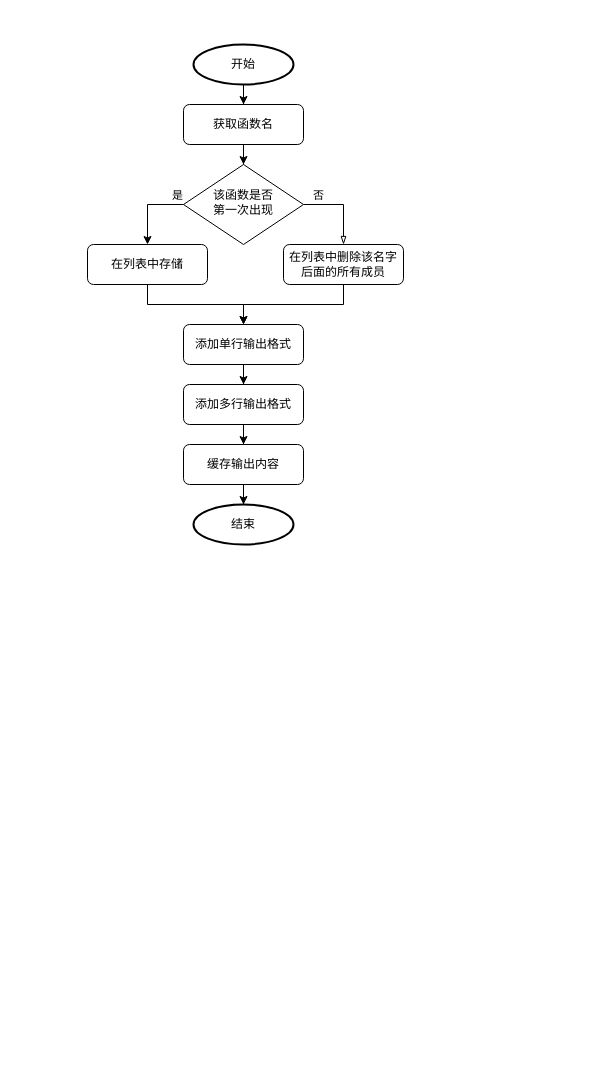
Before: document/数据处理流程.drawio in asdefwe/log_tree, a draw.io diagram. Source tidied: cells renumbered, new cells numbered last; positions are measured from the earlier drawing's top-left corner, leaving out a move shared by most shapes. Both pictures are drawn from the tidied source at 100%, with x=0, y=0 at pixel (87, 44).
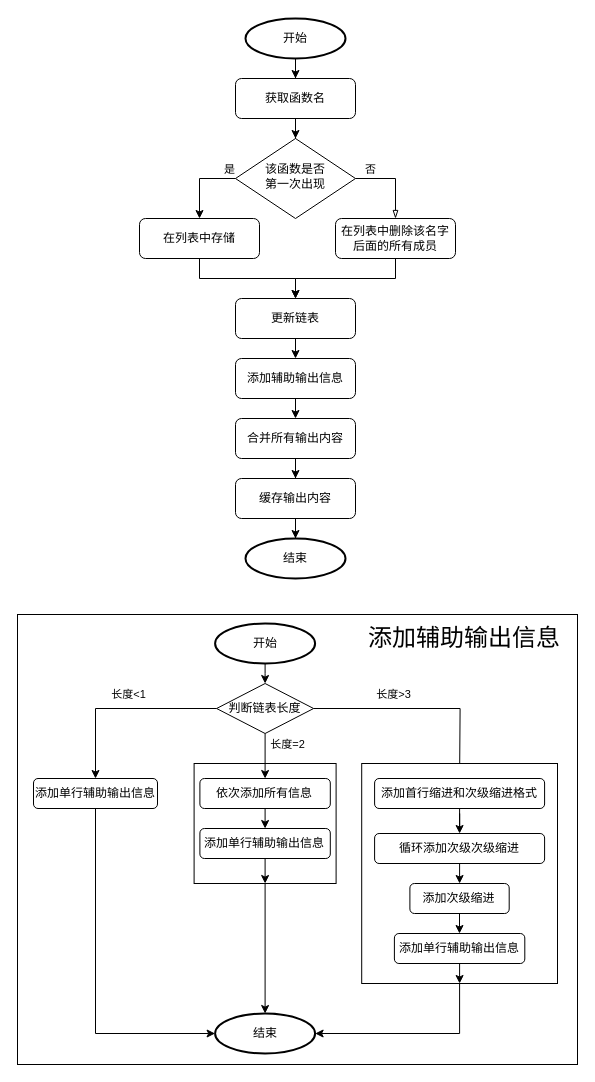
The same page after the edit.

Commit message (it also covers changes not shown here):
重构处理流程

Diff of the diagram source:
```diff
@@
+    <mxCell id="22" style="group;" parent="1" vertex="1">
+      <mxGeometry x="52" y="-26" width="316" height="560" as="geometry" />
+    </mxCell>
+    <mxCell id="3" value="开始" style="strokeWidth=2;html=1;shape=mxgraph.flowchart.start_1;whiteSpace=wrap;" parent="22" vertex="1">
+      <mxGeometry x="106" width="100" height="40" as="geometry" />
+    </mxCell>
+    <mxCell id="5" value="获取函数名" style="rounded=1;whiteSpace=wrap;html=1;fontSize=12;glass=0;strokeWidth=1;shadow=0;" parent="22" vertex="1">
+      <mxGeometry x="96" y="60" width="120" height="40" as="geometry" />
+    </mxCell>
-    <mxCell id="2" style="edgeStyle=orthogonalEdgeStyle;rounded=0;jettySize=auto;html=1;entryX=0.5;entryY=0;entryDx=0;entryDy=0;" parent="1" edge="1" source="3" target="5">
+    <mxCell id="2" style="edgeStyle=orthogonalEdgeStyle;rounded=0;jettySize=auto;html=1;entryX=0.5;entryY=0;entryDx=0;entryDy=0;" parent="22" edge="1" source="3" target="5">
       <mxGeometry relative="1" as="geometry" />
     </mxCell>
-    <mxCell id="3" value="开始" style="strokeWidth=2;html=1;shape=mxgraph.flowchart.start_1;whiteSpace=wrap;" parent="1" vertex="1">
-      <mxGeometry x="106" width="100" height="40" as="geometry" />
-    </mxCell>
+    <mxCell id="10" value="该函数是否&lt;br&gt;第一次出现" style="rhombus;whiteSpace=wrap;html=1;shadow=0;fontFamily=Helvetica;fontSize=12;align=center;strokeWidth=1;spacing=6;spacingTop=-4;" parent="22" vertex="1">
+      <mxGeometry x="96" y="120" width="120" height="80" as="geometry" />
+    </mxCell>
-    <mxCell id="4" style="edgeStyle=orthogonalEdgeStyle;rounded=0;jettySize=auto;html=1;entryX=0.5;entryY=0;entryDx=0;entryDy=0;" parent="1" edge="1" source="5" target="10">
+    <mxCell id="4" style="edgeStyle=orthogonalEdgeStyle;rounded=0;jettySize=auto;html=1;entryX=0.5;entryY=0;entryDx=0;entryDy=0;" parent="22" edge="1" source="5" target="10">
       <mxGeometry relative="1" as="geometry" />
     </mxCell>
-    <mxCell id="5" value="获取函数名" style="rounded=1;whiteSpace=wrap;html=1;fontSize=12;glass=0;strokeWidth=1;shadow=0;" parent="1" vertex="1">
-      <mxGeometry x="96" y="60" width="120" height="40" as="geometry" />
-    </mxCell>
+    <mxCell id="11" style="edgeStyle=orthogonalEdgeStyle;rounded=0;jettySize=auto;html=1;entryX=0.5;entryY=0;entryDx=0;entryDy=0;endArrow=classic;endFill=1;" parent="22" edge="1" source="12">
+      <mxGeometry relative="1" as="geometry">
+        <mxPoint x="156" y="280" as="targetPoint" />
+        <Array as="points">
+          <mxPoint x="60" y="260" />
+          <mxPoint x="156" y="260" />
+        </Array>
+      </mxGeometry>
+    </mxCell>
+    <mxCell id="12" value="在列表中存储" style="rounded=1;whiteSpace=wrap;html=1;fontSize=12;glass=0;strokeWidth=1;shadow=0;" parent="22" vertex="1">
+      <mxGeometry y="200" width="120" height="40" as="geometry" />
+    </mxCell>
-    <mxCell id="6" style="edgeStyle=orthogonalEdgeStyle;rounded=0;jettySize=auto;html=1;entryX=0.5;entryY=0;entryDx=0;entryDy=0;" parent="1" edge="1" source="10" target="12">
+    <mxCell id="6" style="edgeStyle=orthogonalEdgeStyle;rounded=0;jettySize=auto;html=1;entryX=0.5;entryY=0;entryDx=0;entryDy=0;" parent="22" edge="1" source="10" target="12">
       <mxGeometry relative="1" as="geometry">
         <Array as="points">
           <mxPoint x="60" y="160" />
         </Array>
       </mxGeometry>
     </mxCell>
@@
+    <mxCell id="13" style="edgeStyle=orthogonalEdgeStyle;rounded=0;jettySize=auto;html=1;entryX=0.5;entryY=0;entryDx=0;entryDy=0;endArrow=classic;endFill=1;" parent="22" edge="1" source="14">
+      <mxGeometry relative="1" as="geometry">
+        <mxPoint x="156" y="280" as="targetPoint" />
+        <Array as="points">
+          <mxPoint x="256" y="260" />
+          <mxPoint x="156" y="260" />
+        </Array>
+      </mxGeometry>
+    </mxCell>
+    <mxCell id="14" value="在列表中删除该名字后面的所有成员" style="rounded=1;whiteSpace=wrap;html=1;fontSize=12;glass=0;strokeWidth=1;shadow=0;" parent="22" vertex="1">
+      <mxGeometry x="196" y="200" width="120" height="40" as="geometry" />
+    </mxCell>
-    <mxCell id="8" style="edgeStyle=orthogonalEdgeStyle;rounded=0;jettySize=auto;html=1;entryX=0.5;entryY=0;entryDx=0;entryDy=0;endArrow=blockThin;endFill=0;" parent="1" edge="1" source="10" target="14">
+    <mxCell id="8" style="edgeStyle=orthogonalEdgeStyle;rounded=0;jettySize=auto;html=1;entryX=0.5;entryY=0;entryDx=0;entryDy=0;endArrow=blockThin;endFill=0;" parent="22" edge="1" source="10" target="14">
       <mxGeometry relative="1" as="geometry">
         <Array as="points">
           <mxPoint x="256" y="160" />
         </Array>
       </mxGeometry>
     </mxCell>
@@
-    <mxCell id="10" value="该函数是否&lt;br&gt;第一次出现" style="rhombus;whiteSpace=wrap;html=1;shadow=0;fontFamily=Helvetica;fontSize=12;align=center;strokeWidth=1;spacing=6;spacingTop=-4;" parent="1" vertex="1">
-      <mxGeometry x="96" y="120" width="120" height="80" as="geometry" />
-    </mxCell>
-    <mxCell id="11" style="edgeStyle=orthogonalEdgeStyle;rounded=0;jettySize=auto;html=1;entryX=0.5;entryY=0;entryDx=0;entryDy=0;endArrow=classic;endFill=1;" parent="1" edge="1" source="12" target="16">
-      <mxGeometry relative="1" as="geometry">
-        <Array as="points">
-          <mxPoint x="60" y="260" />
-          <mxPoint x="156" y="260" />
-        </Array>
-      </mxGeometry>
-    </mxCell>
-    <mxCell id="12" value="在列表中存储" style="rounded=1;whiteSpace=wrap;html=1;fontSize=12;glass=0;strokeWidth=1;shadow=0;" parent="1" vertex="1">
-      <mxGeometry y="200" width="120" height="40" as="geometry" />
-    </mxCell>
-    <mxCell id="13" style="edgeStyle=orthogonalEdgeStyle;rounded=0;jettySize=auto;html=1;entryX=0.5;entryY=0;entryDx=0;entryDy=0;endArrow=classic;endFill=1;" parent="1" edge="1" source="14" target="16">
-      <mxGeometry relative="1" as="geometry">
-        <Array as="points">
-          <mxPoint x="256" y="260" />
-          <mxPoint x="156" y="260" />
-        </Array>
-      </mxGeometry>
-    </mxCell>
-    <mxCell id="14" value="在列表中删除该名字后面的所有成员" style="rounded=1;whiteSpace=wrap;html=1;fontSize=12;glass=0;strokeWidth=1;shadow=0;" parent="1" vertex="1">
-      <mxGeometry x="196" y="200" width="120" height="40" as="geometry" />
-    </mxCell>
-    <mxCell id="15" style="edgeStyle=orthogonalEdgeStyle;rounded=0;jettySize=auto;html=1;entryX=0.5;entryY=0;entryDx=0;entryDy=0;endArrow=classic;endFill=1;" parent="1" edge="1" source="16" target="18">
-      <mxGeometry relative="1" as="geometry" />
-    </mxCell>
-    <mxCell id="16" value="添加单行输出格式" style="rounded=1;whiteSpace=wrap;html=1;fontSize=12;glass=0;strokeWidth=1;shadow=0;" parent="1" vertex="1">
-      <mxGeometry x="96" y="280" width="120" height="40" as="geometry" />
-    </mxCell>
-    <mxCell id="17" style="edgeStyle=orthogonalEdgeStyle;rounded=0;jettySize=auto;html=1;entryX=0.5;entryY=0;entryDx=0;entryDy=0;endArrow=classic;endFill=1;" parent="1" edge="1" source="18" target="20">
-      <mxGeometry relative="1" as="geometry" />
-    </mxCell>
-    <mxCell id="18" value="添加多行输出格式" style="rounded=1;whiteSpace=wrap;html=1;fontSize=12;glass=0;strokeWidth=1;shadow=0;" parent="1" vertex="1">
-      <mxGeometry x="96" y="340" width="120" height="40" as="geometry" />
-    </mxCell>
-    <mxCell id="19" style="edgeStyle=orthogonalEdgeStyle;rounded=0;jettySize=auto;html=1;entryX=0.5;entryY=0;entryDx=0;entryDy=0;entryPerimeter=0;endArrow=classic;endFill=1;" parent="1" edge="1" source="20" target="21">
-      <mxGeometry relative="1" as="geometry" />
-    </mxCell>
+    <mxCell id="23" style="edgeStyle=orthogonalEdgeStyle;rounded=0;orthogonalLoop=1;jettySize=auto;html=1;entryX=0.5;entryY=0;entryDx=0;entryDy=0;endArrow=classic;endFill=1;" parent="22" edge="1">
+      <mxGeometry relative="1" as="geometry">
+        <mxPoint x="156" y="320" as="sourcePoint" />
+        <mxPoint x="156" y="340" as="targetPoint" />
+      </mxGeometry>
+    </mxCell>
+    <mxCell id="24" style="edgeStyle=orthogonalEdgeStyle;rounded=0;orthogonalLoop=1;jettySize=auto;html=1;entryX=0.5;entryY=0;entryDx=0;entryDy=0;endArrow=classic;endFill=1;" parent="22" edge="1">
+      <mxGeometry relative="1" as="geometry">
+        <mxPoint x="156" y="380" as="sourcePoint" />
+        <mxPoint x="156" y="400" as="targetPoint" />
+      </mxGeometry>
+    </mxCell>
-    <mxCell id="20" value="缓存输出内容" style="rounded=1;whiteSpace=wrap;html=1;fontSize=12;glass=0;strokeWidth=1;shadow=0;" parent="1" vertex="1">
-      <mxGeometry x="96" y="400" width="120" height="40" as="geometry" />
+    <mxCell id="20" value="缓存输出内容" style="rounded=1;whiteSpace=wrap;html=1;fontSize=12;glass=0;strokeWidth=1;shadow=0;" parent="22" vertex="1">
+      <mxGeometry x="96" y="460" width="120" height="40" as="geometry" />
     </mxCell>
-    <mxCell id="21" value="结束" style="strokeWidth=2;html=1;shape=mxgraph.flowchart.start_1;whiteSpace=wrap;" parent="1" vertex="1">
-      <mxGeometry x="106" y="460" width="100" height="40" as="geometry" />
-    </mxCell>
+    <mxCell id="25" value="结束" style="strokeWidth=2;html=1;shape=mxgraph.flowchart.start_1;whiteSpace=wrap;" parent="22" vertex="1">
+      <mxGeometry x="106" y="520" width="100" height="40" as="geometry" />
+    </mxCell>
+    <mxCell id="26" style="edgeStyle=orthogonalEdgeStyle;rounded=0;jettySize=auto;html=1;entryX=0.5;entryY=0;entryDx=0;entryDy=0;entryPerimeter=0;endArrow=classic;endFill=1;" parent="22" edge="1" source="20" target="25">
+      <mxGeometry relative="1" as="geometry" />
+    </mxCell>
+    <mxCell id="27" style="edgeStyle=orthogonalEdgeStyle;rounded=0;jettySize=auto;html=1;" parent="22" edge="1" source="28" target="20">
+      <mxGeometry relative="1" as="geometry" />
+    </mxCell>
+    <mxCell id="28" value="合并所有输出内容" style="rounded=1;whiteSpace=wrap;html=1;fontSize=12;glass=0;strokeWidth=1;shadow=0;" parent="22" vertex="1">
+      <mxGeometry x="96" y="400" width="120" height="40" as="geometry" />
+    </mxCell>
+    <mxCell id="29" value="&lt;font style=&quot;font-size: 12px;&quot;&gt;添加辅助输出信息&lt;/font&gt;" style="rounded=1;whiteSpace=wrap;html=1;fontSize=12;glass=0;strokeWidth=1;shadow=0;" parent="22" vertex="1">
+      <mxGeometry x="96" y="340" width="120" height="40" as="geometry" />
+    </mxCell>
+    <mxCell id="30" value="更新链表" style="rounded=1;whiteSpace=wrap;html=1;fontSize=12;glass=0;strokeWidth=1;shadow=0;" parent="22" vertex="1">
+      <mxGeometry x="96" y="280" width="120" height="40" as="geometry" />
+    </mxCell>
+    <mxCell id="31" style="group;" parent="1" vertex="1">
+      <mxGeometry x="-70" y="570" width="560" height="450" as="geometry" />
+    </mxCell>
+    <mxCell id="32" style="rounded=0;whiteSpace=wrap;html=1;" parent="31" vertex="1">
+      <mxGeometry width="560" height="450" as="geometry" />
+    </mxCell>
+    <mxCell id="33" value="&lt;font style=&quot;font-size: 24px;&quot;&gt;添加辅助输出信息&lt;/font&gt;" style="text;html=1;strokeColor=none;fillColor=none;align=center;verticalAlign=middle;whiteSpace=wrap;rounded=0;" parent="31" vertex="1">
+      <mxGeometry x="344.2" y="9" width="205.8" height="30" as="geometry" />
+    </mxCell>
+    <mxCell id="34" style="rounded=0;whiteSpace=wrap;html=1;" parent="31" vertex="1">
+      <mxGeometry x="176.6" y="149" width="142" height="120" as="geometry" />
+    </mxCell>
+    <mxCell id="35" style="edgeStyle=orthogonalEdgeStyle;rounded=0;jettySize=auto;html=1;entryX=0.5;entryY=0;entryDx=0;entryDy=0;" parent="31" edge="1" source="39">
+      <mxGeometry relative="1" as="geometry">
+        <mxPoint x="247.6" y="164" as="targetPoint" />
+        <Array as="points">
+          <mxPoint x="248" y="159" />
+          <mxPoint x="248" y="159" />
+          <mxPoint x="248" y="164" />
+        </Array>
+      </mxGeometry>
+    </mxCell>
+    <mxCell id="36" value="长度=2" style="edgeLabel;html=1;align=center;verticalAlign=middle;" parent="35" vertex="1">
+      <mxGeometry x="-0.69" y="1" relative="1" as="geometry">
+        <mxPoint x="21" y="3" as="offset" />
+      </mxGeometry>
+    </mxCell>
+    <mxCell id="37" style="edgeStyle=orthogonalEdgeStyle;rounded=0;jettySize=auto;html=1;entryX=0.5;entryY=0;entryDx=0;entryDy=0;" parent="31" edge="1" source="39">
+      <mxGeometry relative="1" as="geometry">
+        <mxPoint x="442.1" y="164" as="targetPoint" />
+      </mxGeometry>
+    </mxCell>
+    <mxCell id="38" value="长度&amp;gt;3" style="edgeLabel;html=1;align=center;verticalAlign=middle;" parent="37" vertex="1">
+      <mxGeometry x="-0.66" y="-2" relative="1" as="geometry">
+        <mxPoint x="42" y="-17" as="offset" />
+      </mxGeometry>
+    </mxCell>
+    <mxCell id="39" value="判断链表长度" style="rhombus;whiteSpace=wrap;html=1;" parent="31" vertex="1">
+      <mxGeometry x="199.1" y="69" width="97" height="50" as="geometry" />
+    </mxCell>
+    <mxCell id="40" style="edgeStyle=orthogonalEdgeStyle;rounded=0;jettySize=auto;html=1;entryX=0.5;entryY=0;entryDx=0;entryDy=0;" parent="31" edge="1" source="41" target="39">
+      <mxGeometry relative="1" as="geometry">
+        <Array as="points">
+          <mxPoint x="248" y="59" />
+          <mxPoint x="248" y="59" />
+        </Array>
+      </mxGeometry>
+    </mxCell>
+    <mxCell id="41" value="开始" style="strokeWidth=2;html=1;shape=mxgraph.flowchart.start_1;whiteSpace=wrap;" parent="31" vertex="1">
+      <mxGeometry x="197.6" y="9" width="100" height="40" as="geometry" />
+    </mxCell>
+    <mxCell id="42" value="添加单行辅助输出信息" style="rounded=1;whiteSpace=wrap;html=1;" parent="31" vertex="1">
+      <mxGeometry x="16" y="164" width="124" height="30" as="geometry" />
+    </mxCell>
+    <mxCell id="43" style="edgeStyle=orthogonalEdgeStyle;rounded=0;jettySize=auto;html=1;entryX=0.5;entryY=0;entryDx=0;entryDy=0;" parent="31" edge="1" source="39" target="42">
+      <mxGeometry relative="1" as="geometry">
+        <Array as="points">
+          <mxPoint x="78" y="94" />
+        </Array>
+      </mxGeometry>
+    </mxCell>
+    <mxCell id="44" value="长度&amp;lt;1" style="edgeLabel;html=1;align=center;verticalAlign=middle;" parent="43" vertex="1">
+      <mxGeometry x="-0.9" y="1" relative="1" as="geometry">
+        <mxPoint x="-79" y="-16" as="offset" />
+      </mxGeometry>
+    </mxCell>
+    <mxCell id="45" value="依次添加所有信息" style="rounded=1;whiteSpace=wrap;html=1;" parent="31" vertex="1">
+      <mxGeometry x="182.4" y="164" width="130.4" height="30" as="geometry" />
+    </mxCell>
+    <mxCell id="46" style="edgeStyle=orthogonalEdgeStyle;rounded=0;jettySize=auto;html=1;" parent="31" edge="1" source="47" target="34">
+      <mxGeometry relative="1" as="geometry">
+        <Array as="points">
+          <mxPoint x="250" y="249" />
+          <mxPoint x="250" y="249" />
+        </Array>
+      </mxGeometry>
+    </mxCell>
+    <mxCell id="47" value="添加单行辅助输出信息" style="rounded=1;whiteSpace=wrap;html=1;" parent="31" vertex="1">
+      <mxGeometry x="182.4" y="214" width="130.4" height="30" as="geometry" />
+    </mxCell>
+    <mxCell id="48" style="edgeStyle=orthogonalEdgeStyle;rounded=0;jettySize=auto;html=1;entryX=0.5;entryY=0;entryDx=0;entryDy=0;" parent="31" edge="1" source="45" target="47">
+      <mxGeometry relative="1" as="geometry" />
+    </mxCell>
+    <mxCell id="49" value="结束" style="strokeWidth=2;html=1;shape=mxgraph.flowchart.start_1;whiteSpace=wrap;" parent="31" vertex="1">
+      <mxGeometry x="197.6" y="399" width="100" height="40" as="geometry" />
+    </mxCell>
+    <mxCell id="50" style="edgeStyle=orthogonalEdgeStyle;rounded=0;jettySize=auto;html=1;entryX=0.5;entryY=0;entryDx=0;entryDy=0;entryPerimeter=0;" parent="31" edge="1" source="34" target="49">
+      <mxGeometry relative="1" as="geometry" />
+    </mxCell>
+    <mxCell id="51" style="edgeStyle=orthogonalEdgeStyle;rounded=0;jettySize=auto;html=1;entryX=0;entryY=0.5;entryDx=0;entryDy=0;entryPerimeter=0;" parent="31" edge="1" source="42" target="49">
+      <mxGeometry relative="1" as="geometry">
+        <Array as="points">
+          <mxPoint x="78" y="419" />
+        </Array>
+      </mxGeometry>
+    </mxCell>
+    <mxCell id="52" style="group;" parent="31" vertex="1">
+      <mxGeometry x="344.2" y="149" width="195.8" height="220" as="geometry" />
+    </mxCell>
+    <mxCell id="53" style="rounded=0;whiteSpace=wrap;html=1;" parent="52" vertex="1">
+      <mxGeometry width="195.8" height="220" as="geometry" />
+    </mxCell>
+    <mxCell id="54" value="添加首行缩进和次级缩进格式" style="rounded=1;whiteSpace=wrap;html=1;" parent="52" vertex="1">
+      <mxGeometry x="12.9" y="15" width="170" height="30" as="geometry" />
+    </mxCell>
+    <mxCell id="55" value="循环添加次级次级缩进" style="rounded=1;whiteSpace=wrap;html=1;" parent="52" vertex="1">
+      <mxGeometry x="12.9" y="70" width="170" height="30" as="geometry" />
+    </mxCell>
+    <mxCell id="56" style="edgeStyle=orthogonalEdgeStyle;rounded=0;jettySize=auto;html=1;entryX=0.5;entryY=0;entryDx=0;entryDy=0;" parent="52" edge="1" source="54" target="55">
+      <mxGeometry relative="1" as="geometry" />
+    </mxCell>
+    <mxCell id="57" value="添加次级缩进" style="rounded=1;whiteSpace=wrap;html=1;" parent="52" vertex="1">
+      <mxGeometry x="48.2" y="120" width="99.3" height="30" as="geometry" />
+    </mxCell>
+    <mxCell id="58" style="edgeStyle=orthogonalEdgeStyle;rounded=0;jettySize=auto;html=1;entryX=0.5;entryY=0;entryDx=0;entryDy=0;" parent="52" edge="1" source="55" target="57">
+      <mxGeometry relative="1" as="geometry" />
+    </mxCell>
+    <mxCell id="59" style="edgeStyle=orthogonalEdgeStyle;rounded=0;jettySize=auto;html=1;entryX=0.5;entryY=1;entryDx=0;entryDy=0;" parent="52" edge="1" source="60" target="53">
+      <mxGeometry relative="1" as="geometry">
+        <Array as="points">
+          <mxPoint x="75.8" y="200" />
+          <mxPoint x="75.8" y="200" />
+        </Array>
+      </mxGeometry>
+    </mxCell>
+    <mxCell id="60" value="添加单行辅助输出信息" style="rounded=1;whiteSpace=wrap;html=1;" parent="52" vertex="1">
+      <mxGeometry x="32.7" y="170" width="130.4" height="30" as="geometry" />
+    </mxCell>
+    <mxCell id="61" style="edgeStyle=orthogonalEdgeStyle;rounded=0;jettySize=auto;html=1;entryX=0.5;entryY=0;entryDx=0;entryDy=0;" parent="52" edge="1" source="57" target="60">
+      <mxGeometry relative="1" as="geometry" />
+    </mxCell>
+    <mxCell id="62" style="edgeStyle=orthogonalEdgeStyle;rounded=0;jettySize=auto;html=1;entryX=1;entryY=0.5;entryDx=0;entryDy=0;entryPerimeter=0;exitX=0.5;exitY=1;exitDx=0;exitDy=0;" parent="31" edge="1" source="53" target="49">
+      <mxGeometry relative="1" as="geometry" />
+    </mxCell>
```
